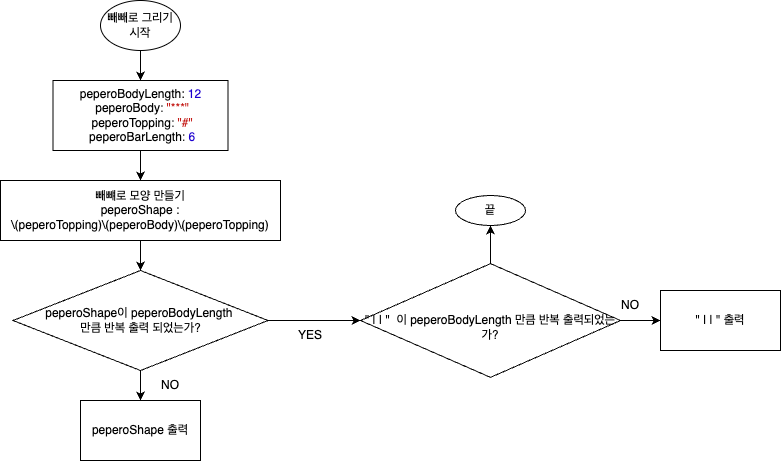
Earlier version of the draw.io export STEP3.png (yagom-academy/swift-starter-Round1). Source tidied: cells renumbered, new cells last; positions are measured from the earlier drawing's top-left corner, leaving out a move shared by most shapes. The source it was exported from:
```xml
<mxGraphModel>
  <root>
    <mxCell id="0" />
    <mxCell id="1" parent="0" />
    <mxCell id="2" style="edgeStyle=orthogonalEdgeStyle;rounded=0;jettySize=auto;html=1;exitX=0.5;exitY=1;exitDx=0;exitDy=0;" parent="1" edge="1" source="3" target="5">
      <mxGeometry relative="1" as="geometry" />
    </mxCell>
    <mxCell id="3" value="빼빼로 그리기 시작" style="ellipse;whiteSpace=wrap;html=1;" parent="1" vertex="1">
      <mxGeometry x="100" width="80" height="50" as="geometry" />
    </mxCell>
    <mxCell id="4" style="edgeStyle=orthogonalEdgeStyle;rounded=0;jettySize=auto;html=1;" parent="1" edge="1" source="5" target="7">
      <mxGeometry relative="1" as="geometry" />
    </mxCell>
    <mxCell id="5" value="peperoBodyLength: &lt;span style=&quot;color: rgb(28, 0, 207);&quot; class=&quot;s2&quot;&gt;12&lt;br&gt;&lt;/span&gt;&lt;span style=&quot;color: rgba(0, 0, 0, 0.85);&quot; class=&quot;s1&quot;&gt;&amp;nbsp;&lt;/span&gt;peperoBody&lt;span style=&quot;color: rgba(0, 0, 0, 0.85);&quot; class=&quot;s1&quot;&gt;: &lt;/span&gt;&lt;span style=&quot;color: rgb(196, 26, 22);&quot; class=&quot;s3&quot;&gt;&quot;***&quot;&lt;br&gt;&lt;/span&gt;&lt;span style=&quot;color: rgba(0, 0, 0, 0.85);&quot; class=&quot;s1&quot;&gt;&amp;nbsp;&lt;/span&gt;peperoTopping&lt;span style=&quot;color: rgba(0, 0, 0, 0.85);&quot; class=&quot;s1&quot;&gt;: &lt;/span&gt;&lt;span style=&quot;color: rgb(196, 26, 22);&quot; class=&quot;s3&quot;&gt;&quot;#&quot;&lt;br&gt;&lt;/span&gt;&lt;span style=&quot;color: rgba(0, 0, 0, 0.85);&quot; class=&quot;s1&quot;&gt;&amp;nbsp;&lt;/span&gt;peperoBarLength&lt;span style=&quot;color: rgba(0, 0, 0, 0.85);&quot; class=&quot;s1&quot;&gt;: &lt;/span&gt;&lt;span style=&quot;color: rgb(28, 0, 207);&quot; class=&quot;s2&quot;&gt;6&lt;/span&gt;" style="rounded=0;whiteSpace=wrap;html=1;" parent="1" vertex="1">
      <mxGeometry x="52.5" y="80" width="175" height="70" as="geometry" />
    </mxCell>
    <mxCell id="6" style="edgeStyle=orthogonalEdgeStyle;rounded=0;jettySize=auto;html=1;exitX=0.5;exitY=1;exitDx=0;exitDy=0;entryX=0.5;entryY=0;entryDx=0;entryDy=0;" parent="1" edge="1" source="7" target="10">
      <mxGeometry relative="1" as="geometry" />
    </mxCell>
    <mxCell id="7" value="빼뺴로 모양 만들기&lt;br&gt;peperoShape :&lt;br&gt;\(peperoTopping)\(peperoBody)\(peperoTopping)" style="rounded=0;whiteSpace=wrap;html=1;" parent="1" vertex="1">
      <mxGeometry y="180" width="280" height="60" as="geometry" />
    </mxCell>
    <mxCell id="8" style="edgeStyle=orthogonalEdgeStyle;rounded=0;jettySize=auto;html=1;exitX=0.5;exitY=1;exitDx=0;exitDy=0;entryX=0.5;entryY=0;entryDx=0;entryDy=0;" parent="1" edge="1" source="10" target="11">
      <mxGeometry relative="1" as="geometry" />
    </mxCell>
    <mxCell id="9" style="edgeStyle=orthogonalEdgeStyle;rounded=0;jettySize=auto;html=1;" parent="1" edge="1" source="10" target="15">
      <mxGeometry relative="1" as="geometry" />
    </mxCell>
    <mxCell id="10" value="peperoShape이 peperoBodyLength&amp;nbsp;&lt;br&gt;만큼 반복 출력 되었는가?" style="rhombus;whiteSpace=wrap;html=1;" parent="1" vertex="1">
      <mxGeometry x="12.5" y="270" width="255" height="100" as="geometry" />
    </mxCell>
    <mxCell id="11" value="peperoShape 출력" style="rounded=0;whiteSpace=wrap;html=1;" parent="1" vertex="1">
      <mxGeometry x="80" y="400" width="120" height="60" as="geometry" />
    </mxCell>
    <mxCell id="12" value="NO" style="text;html=1;strokeColor=none;fillColor=none;align=center;verticalAlign=middle;whiteSpace=wrap;rounded=0;" parent="1" vertex="1">
      <mxGeometry x="140" y="370" width="60" height="30" as="geometry" />
    </mxCell>
    <mxCell id="13" style="edgeStyle=orthogonalEdgeStyle;rounded=0;jettySize=auto;html=1;exitX=1;exitY=0.5;exitDx=0;exitDy=0;" parent="1" edge="1" source="15" target="16">
      <mxGeometry relative="1" as="geometry" />
    </mxCell>
    <mxCell id="14" style="edgeStyle=orthogonalEdgeStyle;rounded=0;jettySize=auto;html=1;exitX=0.5;exitY=0;exitDx=0;exitDy=0;entryX=0.5;entryY=1;entryDx=0;entryDy=0;" parent="1" edge="1" source="15" target="19">
      <mxGeometry relative="1" as="geometry" />
    </mxCell>
    <mxCell id="15" value="&lt;br&gt;&quot; | | &quot;&amp;nbsp; 이 peperoBodyLength 만큼 반복 출력되었는가?" style="rhombus;whiteSpace=wrap;html=1;" parent="1" vertex="1">
      <mxGeometry x="360" y="263.1" width="260" height="113.8" as="geometry" />
    </mxCell>
    <mxCell id="16" value="&quot; | | &quot; 출력" style="rounded=0;whiteSpace=wrap;html=1;" parent="1" vertex="1">
      <mxGeometry x="660" y="290" width="120" height="60" as="geometry" />
    </mxCell>
    <mxCell id="17" value="YES" style="text;html=1;strokeColor=none;fillColor=none;align=center;verticalAlign=middle;whiteSpace=wrap;rounded=0;" parent="1" vertex="1">
      <mxGeometry x="280" y="320" width="60" height="30" as="geometry" />
    </mxCell>
    <mxCell id="18" value="NO" style="text;html=1;strokeColor=none;fillColor=none;align=center;verticalAlign=middle;whiteSpace=wrap;rounded=0;" parent="1" vertex="1">
      <mxGeometry x="600" y="290" width="60" height="30" as="geometry" />
    </mxCell>
    <mxCell id="19" value="끝" style="ellipse;whiteSpace=wrap;html=1;" parent="1" vertex="1">
      <mxGeometry x="455" y="195" width="70" height="30" as="geometry" />
    </mxCell>
  </root>
</mxGraphModel>
```
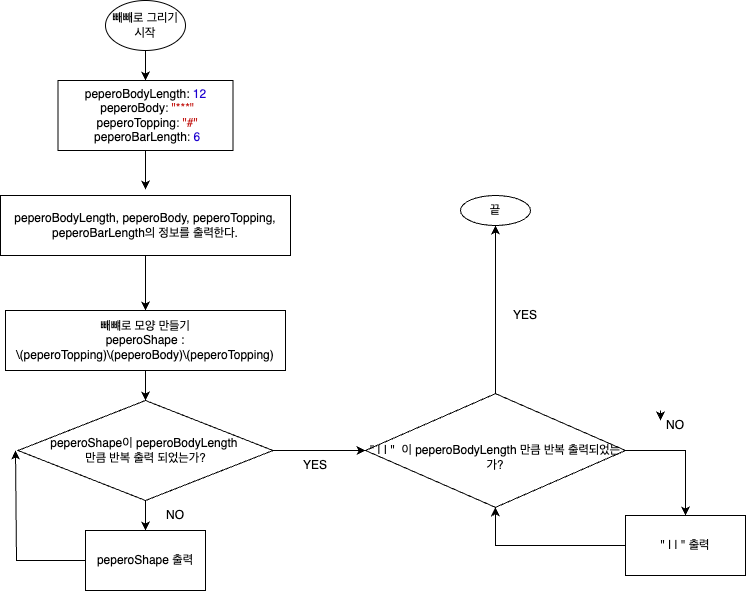
After the commit.

Commit message:
step3 피드백 반영

Change to the diagram source:
```diff
@@ -8,9 +8,9 @@
     <mxCell id="3" value="빼빼로 그리기 시작" style="ellipse;whiteSpace=wrap;html=1;" parent="1" vertex="1">
       <mxGeometry x="100" width="80" height="50" as="geometry" />
     </mxCell>
-    <mxCell id="4" style="edgeStyle=orthogonalEdgeStyle;rounded=0;jettySize=auto;html=1;" parent="1" edge="1" source="5" target="7">
-      <mxGeometry relative="1" as="geometry" />
-    </mxCell>
+    <mxCell id="20" style="edgeStyle=orthogonalEdgeStyle;rounded=0;jettySize=auto;html=1;exitX=0.5;exitY=1;exitDx=0;exitDy=0;entryX=0.5;entryY=-0.1;entryDx=0;entryDy=0;entryPerimeter=0;" parent="1" edge="1" source="5" target="24">
+      <mxGeometry relative="1" as="geometry" />
+    </mxCell>
     <mxCell id="5" value="peperoBodyLength: &lt;span style=&quot;color: rgb(28, 0, 207);&quot; class=&quot;s2&quot;&gt;12&lt;br&gt;&lt;/span&gt;&lt;span style=&quot;color: rgba(0, 0, 0, 0.85);&quot; class=&quot;s1&quot;&gt;&amp;nbsp;&lt;/span&gt;peperoBody&lt;span style=&quot;color: rgba(0, 0, 0, 0.85);&quot; class=&quot;s1&quot;&gt;: &lt;/span&gt;&lt;span style=&quot;color: rgb(196, 26, 22);&quot; class=&quot;s3&quot;&gt;&quot;***&quot;&lt;br&gt;&lt;/span&gt;&lt;span style=&quot;color: rgba(0, 0, 0, 0.85);&quot; class=&quot;s1&quot;&gt;&amp;nbsp;&lt;/span&gt;peperoTopping&lt;span style=&quot;color: rgba(0, 0, 0, 0.85);&quot; class=&quot;s1&quot;&gt;: &lt;/span&gt;&lt;span style=&quot;color: rgb(196, 26, 22);&quot; class=&quot;s3&quot;&gt;&quot;#&quot;&lt;br&gt;&lt;/span&gt;&lt;span style=&quot;color: rgba(0, 0, 0, 0.85);&quot; class=&quot;s1&quot;&gt;&amp;nbsp;&lt;/span&gt;peperoBarLength&lt;span style=&quot;color: rgba(0, 0, 0, 0.85);&quot; class=&quot;s1&quot;&gt;: &lt;/span&gt;&lt;span style=&quot;color: rgb(28, 0, 207);&quot; class=&quot;s2&quot;&gt;6&lt;/span&gt;" style="rounded=0;whiteSpace=wrap;html=1;" parent="1" vertex="1">
       <mxGeometry x="52.5" y="80" width="175" height="70" as="geometry" />
     </mxCell>
@@ -18,22 +18,30 @@
       <mxGeometry relative="1" as="geometry" />
     </mxCell>
     <mxCell id="7" value="빼뺴로 모양 만들기&lt;br&gt;peperoShape :&lt;br&gt;\(peperoTopping)\(peperoBody)\(peperoTopping)" style="rounded=0;whiteSpace=wrap;html=1;" parent="1" vertex="1">
-      <mxGeometry y="180" width="280" height="60" as="geometry" />
+      <mxGeometry y="310" width="280" height="60" as="geometry" />
     </mxCell>
     <mxCell id="8" style="edgeStyle=orthogonalEdgeStyle;rounded=0;jettySize=auto;html=1;exitX=0.5;exitY=1;exitDx=0;exitDy=0;entryX=0.5;entryY=0;entryDx=0;entryDy=0;" parent="1" edge="1" source="10" target="11">
       <mxGeometry relative="1" as="geometry" />
     </mxCell>
-    <mxCell id="9" style="edgeStyle=orthogonalEdgeStyle;rounded=0;jettySize=auto;html=1;" parent="1" edge="1" source="10" target="15">
+    <mxCell id="9" style="edgeStyle=orthogonalEdgeStyle;rounded=0;jettySize=auto;html=1;exitX=1;exitY=0.5;exitDx=0;exitDy=0;entryX=0;entryY=0.5;entryDx=0;entryDy=0;" parent="1" edge="1" source="10" target="15">
       <mxGeometry relative="1" as="geometry" />
     </mxCell>
     <mxCell id="10" value="peperoShape이 peperoBodyLength&amp;nbsp;&lt;br&gt;만큼 반복 출력 되었는가?" style="rhombus;whiteSpace=wrap;html=1;" parent="1" vertex="1">
-      <mxGeometry x="12.5" y="270" width="255" height="100" as="geometry" />
+      <mxGeometry x="12.5" y="400" width="255" height="100" as="geometry" />
     </mxCell>
+    <mxCell id="21" style="edgeStyle=orthogonalEdgeStyle;rounded=0;jettySize=auto;html=1;" parent="1" edge="1" source="11">
+      <mxGeometry relative="1" as="geometry">
+        <mxPoint x="10" y="450" as="targetPoint" />
+        <Array as="points">
+          <mxPoint x="11" y="560" />
+        </Array>
+      </mxGeometry>
+    </mxCell>
     <mxCell id="11" value="peperoShape 출력" style="rounded=0;whiteSpace=wrap;html=1;" parent="1" vertex="1">
-      <mxGeometry x="80" y="400" width="120" height="60" as="geometry" />
+      <mxGeometry x="80" y="530" width="120" height="60" as="geometry" />
     </mxCell>
     <mxCell id="12" value="NO" style="text;html=1;strokeColor=none;fillColor=none;align=center;verticalAlign=middle;whiteSpace=wrap;rounded=0;" parent="1" vertex="1">
-      <mxGeometry x="140" y="370" width="60" height="30" as="geometry" />
+      <mxGeometry x="140" y="500" width="60" height="30" as="geometry" />
     </mxCell>
     <mxCell id="13" style="edgeStyle=orthogonalEdgeStyle;rounded=0;jettySize=auto;html=1;exitX=1;exitY=0.5;exitDx=0;exitDy=0;" parent="1" edge="1" source="15" target="16">
       <mxGeometry relative="1" as="geometry" />
@@ -42,19 +50,34 @@
       <mxGeometry relative="1" as="geometry" />
     </mxCell>
     <mxCell id="15" value="&lt;br&gt;&quot; | | &quot;&amp;nbsp; 이 peperoBodyLength 만큼 반복 출력되었는가?" style="rhombus;whiteSpace=wrap;html=1;" parent="1" vertex="1">
-      <mxGeometry x="360" y="263.1" width="260" height="113.8" as="geometry" />
+      <mxGeometry x="360" y="393.1" width="260" height="113.8" as="geometry" />
     </mxCell>
+    <mxCell id="22" style="edgeStyle=orthogonalEdgeStyle;rounded=0;jettySize=auto;html=1;exitX=0;exitY=0.5;exitDx=0;exitDy=0;entryX=0.5;entryY=1;entryDx=0;entryDy=0;" parent="1" edge="1" source="16" target="15">
+      <mxGeometry relative="1" as="geometry" />
+    </mxCell>
     <mxCell id="16" value="&quot; | | &quot; 출력" style="rounded=0;whiteSpace=wrap;html=1;" parent="1" vertex="1">
-      <mxGeometry x="660" y="290" width="120" height="60" as="geometry" />
+      <mxGeometry x="620" y="515" width="120" height="60" as="geometry" />
     </mxCell>
-    <mxCell id="17" value="YES" style="text;html=1;strokeColor=none;fillColor=none;align=center;verticalAlign=middle;whiteSpace=wrap;rounded=0;" parent="1" vertex="1">
-      <mxGeometry x="280" y="320" width="60" height="30" as="geometry" />
-    </mxCell>
     <mxCell id="18" value="NO" style="text;html=1;strokeColor=none;fillColor=none;align=center;verticalAlign=middle;whiteSpace=wrap;rounded=0;" parent="1" vertex="1">
-      <mxGeometry x="600" y="290" width="60" height="30" as="geometry" />
+      <mxGeometry x="640" y="410" width="60" height="30" as="geometry" />
     </mxCell>
     <mxCell id="19" value="끝" style="ellipse;whiteSpace=wrap;html=1;" parent="1" vertex="1">
       <mxGeometry x="455" y="195" width="70" height="30" as="geometry" />
     </mxCell>
+    <mxCell id="23" style="edgeStyle=orthogonalEdgeStyle;rounded=0;jettySize=auto;html=1;exitX=0.5;exitY=1;exitDx=0;exitDy=0;entryX=0.5;entryY=0;entryDx=0;entryDy=0;" parent="1" edge="1" source="24" target="7">
+      <mxGeometry relative="1" as="geometry" />
+    </mxCell>
+    <mxCell id="24" value="peperoBodyLength, peperoBody, peperoTopping, peperoBarLength의 정보를 출력한다." style="rounded=0;whiteSpace=wrap;html=1;" parent="1" vertex="1">
+      <mxGeometry x="-5" y="195" width="290" height="60" as="geometry" />
+    </mxCell>
+    <mxCell id="25" value="YES" style="text;html=1;strokeColor=none;fillColor=none;align=center;verticalAlign=middle;whiteSpace=wrap;rounded=0;" parent="1" vertex="1">
+      <mxGeometry x="280" y="450" width="60" height="30" as="geometry" />
+    </mxCell>
+    <mxCell id="26" style="edgeStyle=orthogonalEdgeStyle;rounded=0;orthogonalLoop=1;jettySize=auto;html=1;exitX=0.25;exitY=0;exitDx=0;exitDy=0;entryX=0.25;entryY=0.333;entryDx=0;entryDy=0;entryPerimeter=0;" parent="1" edge="1" source="18" target="18">
+      <mxGeometry relative="1" as="geometry" />
+    </mxCell>
+    <mxCell id="27" value="YES" style="text;html=1;strokeColor=none;fillColor=none;align=center;verticalAlign=middle;whiteSpace=wrap;rounded=0;" parent="1" vertex="1">
+      <mxGeometry x="490" y="300" width="60" height="30" as="geometry" />
+    </mxCell>
   </root>
 </mxGraphModel>
```
